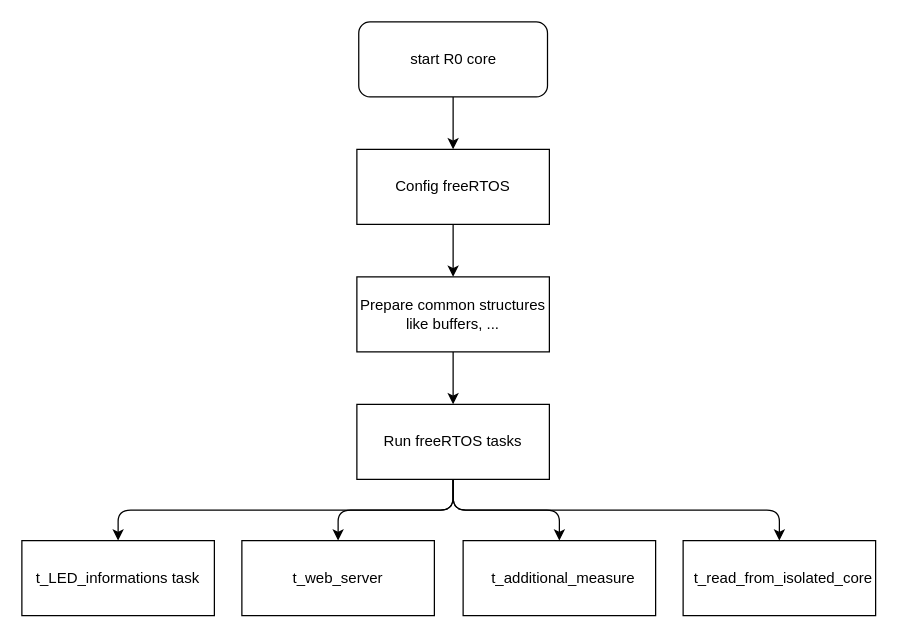
This is schematic/05-sw-flow-running-non-SIL-parallel.drawio from petrkucerak/diplom-thesis, a draw.io file, before an edit. Source tidied: cells renumbered, new cells numbered last; positions are measured from the earlier drawing's top-left corner, leaving out a move shared by most shapes. Both pictures are drawn from the tidied source at 125%, with x=0, y=0 at pixel (21, 21).
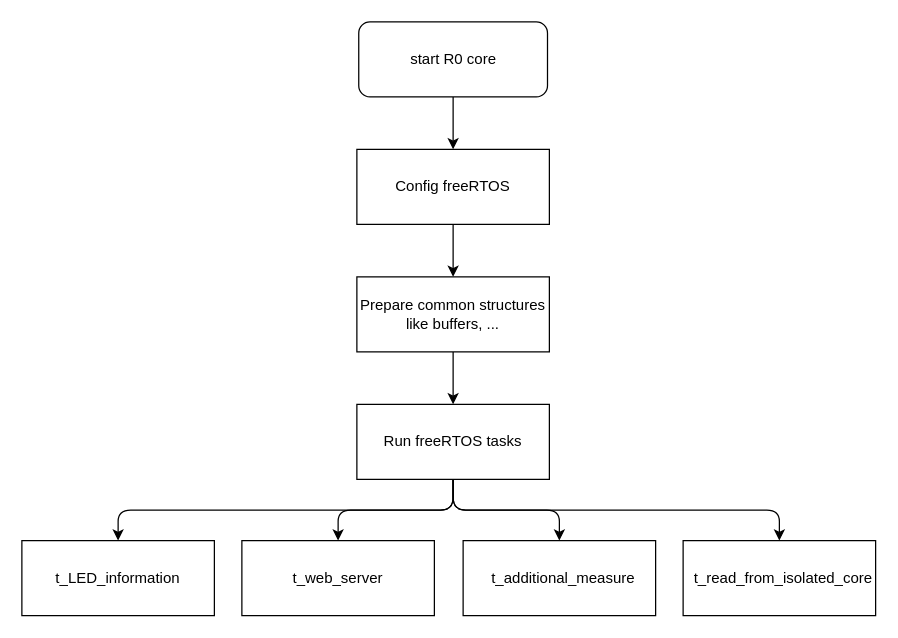
After the change.

Change to the diagram source:
```diff
@@
 <mxGraphModel>
   <root>
     <mxCell id="0" />
     <mxCell id="1" parent="0" />
-    <mxCell id="2" value="t_LED_informations task" style="rounded=0;whiteSpace=wrap;html=1;" parent="1" vertex="1">
+    <mxCell id="2" value="t_LED_information" style="rounded=0;whiteSpace=wrap;html=1;" parent="1" vertex="1">
       <mxGeometry y="415" width="154" height="60" as="geometry" />
     </mxCell>
     <mxCell id="3" style="edgeStyle=none;html=1;exitX=0.5;exitY=1;exitDx=0;exitDy=0;" parent="1" edge="1" source="4" target="6">
       <mxGeometry relative="1" as="geometry" />
     </mxCell>
     <mxCell id="4" value="start R0 core" style="rounded=1;whiteSpace=wrap;html=1;" parent="1" vertex="1">
       <mxGeometry x="269.5" width="151" height="60" as="geometry" />
     </mxCell>
     <mxCell id="5" style="edgeStyle=none;html=1;exitX=0.5;exitY=1;exitDx=0;exitDy=0;" parent="1" edge="1" source="6" target="13">
       <mxGeometry relative="1" as="geometry" />
     </mxCell>
     <mxCell id="6" value="Config freeRTOS" style="rounded=0;whiteSpace=wrap;html=1;" parent="1" vertex="1">
       <mxGeometry x="268" y="102" width="154" height="60" as="geometry" />
     </mxCell>
     <mxCell id="7" style="edgeStyle=orthogonalEdgeStyle;html=1;exitX=0.5;exitY=1;exitDx=0;exitDy=0;entryX=0.5;entryY=0;entryDx=0;entryDy=0;" parent="1" edge="1" source="11" target="14">
       <mxGeometry relative="1" as="geometry" />
     </mxCell>
     <mxCell id="8" style="edgeStyle=orthogonalEdgeStyle;html=1;exitX=0.5;exitY=1;exitDx=0;exitDy=0;entryX=0.5;entryY=0;entryDx=0;entryDy=0;" parent="1" edge="1" source="11" target="15">
       <mxGeometry relative="1" as="geometry" />
     </mxCell>
     <mxCell id="9" style="edgeStyle=orthogonalEdgeStyle;html=1;exitX=0.5;exitY=1;exitDx=0;exitDy=0;entryX=0.5;entryY=0;entryDx=0;entryDy=0;" parent="1" edge="1" source="11" target="16">
       <mxGeometry relative="1" as="geometry" />
     </mxCell>
     <mxCell id="10" style="edgeStyle=orthogonalEdgeStyle;html=1;exitX=0.5;exitY=1;exitDx=0;exitDy=0;entryX=0.5;entryY=0;entryDx=0;entryDy=0;" parent="1" edge="1" source="11" target="2">
       <mxGeometry relative="1" as="geometry" />
     </mxCell>
     <mxCell id="11" value="Run freeRTOS tasks" style="rounded=0;whiteSpace=wrap;html=1;" parent="1" vertex="1">
       <mxGeometry x="268" y="306" width="154" height="60" as="geometry" />
     </mxCell>
     <mxCell id="12" style="edgeStyle=none;html=1;exitX=0.5;exitY=1;exitDx=0;exitDy=0;" parent="1" edge="1" source="13" target="11">
       <mxGeometry relative="1" as="geometry" />
     </mxCell>
     <mxCell id="13" value="Prepare common structures&lt;div&gt;like buffers, ...&lt;/div&gt;" style="rounded=0;whiteSpace=wrap;html=1;" parent="1" vertex="1">
       <mxGeometry x="268" y="204" width="154" height="60" as="geometry" />
     </mxCell>
     <mxCell id="14" value="t_web_server" style="rounded=0;whiteSpace=wrap;html=1;" parent="1" vertex="1">
       <mxGeometry x="176" y="415" width="154" height="60" as="geometry" />
     </mxCell>
     <mxCell id="15" value="&lt;span style=&quot;color: rgb(0, 0, 0); text-align: left;&quot;&gt;&amp;nbsp; t_additional_measure&lt;/span&gt;" style="rounded=0;whiteSpace=wrap;html=1;" parent="1" vertex="1">
       <mxGeometry x="353" y="415" width="154" height="60" as="geometry" />
     </mxCell>
     <mxCell id="16" value="&lt;span style=&quot;color: rgb(0, 0, 0); text-align: left;&quot;&gt;&amp;nbsp; t_read_from_isolated_core&lt;/span&gt;" style="rounded=0;whiteSpace=wrap;html=1;" parent="1" vertex="1">
       <mxGeometry x="529" y="415" width="154" height="60" as="geometry" />
     </mxCell>
   </root>
 </mxGraphModel>
```
